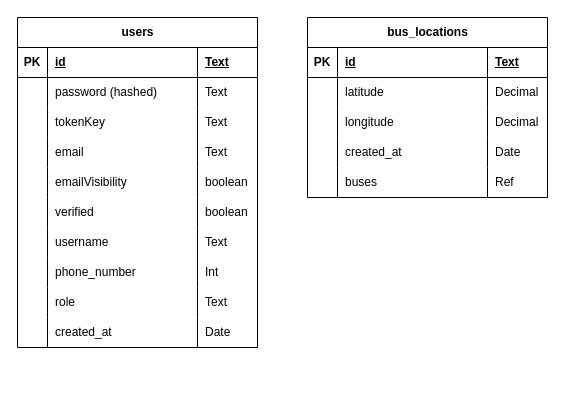
This is ERD-Bus-System-Improvement.drawio from lukas0173/Draw.io, a draw.io file, before an edit. Source tidied: cells renumbered, new cells numbered last; positions are measured from the earlier drawing's top-left corner, leaving out a move shared by most shapes. Both pictures are drawn from the tidied source at 100%, with x=0, y=0 at pixel (17, 17).
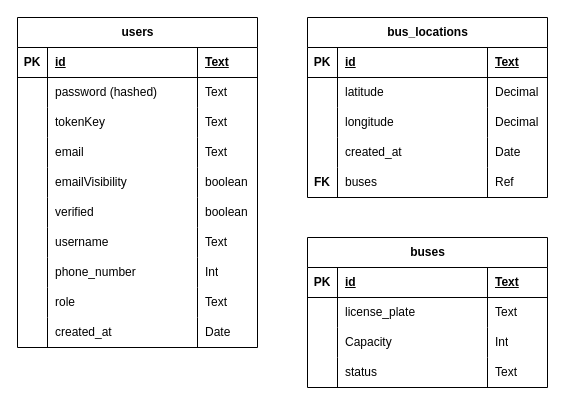
The same page after the edit.

Unchanged cells that the change refers to:
```xml
<mxCell id="60" style="shape=tableRow;horizontal=0;startSize=0;swimlaneHead=0;swimlaneBody=0;fillColor=none;top=0;left=0;right=0;bottom=0;" parent="43" vertex="1">
  <mxGeometry y="150" width="240" height="30" as="geometry" />
</mxCell>
```

The edit, as a diff of the source:
```diff
@@
-    <mxCell id="61" style="shape=partialRectangle;fillColor=none;top=0;left=0;bottom=0;right=0;overflow=hidden;whiteSpace=wrap;html=1;" parent="60" vertex="1">
+    <mxCell id="61" value="&lt;b&gt;FK&lt;/b&gt;" style="shape=partialRectangle;fillColor=none;top=0;left=0;bottom=0;right=0;overflow=hidden;whiteSpace=wrap;html=1;" parent="60" vertex="1">
       <mxGeometry width="30" height="30" as="geometry" />
     </mxCell>
@@
+    <mxCell id="64" value="buses" style="shape=table;startSize=30;childLayout=tableLayout;rowLines=0;fontStyle=1;align=center;html=1;" parent="1" vertex="1">
+      <mxGeometry x="290" y="220" width="240" height="150" as="geometry" />
+    </mxCell>
+    <mxCell id="65" style="shape=tableRow;horizontal=0;startSize=0;swimlaneHead=0;swimlaneBody=0;fillColor=none;top=0;left=0;right=0;bottom=1;" parent="64" vertex="1">
+      <mxGeometry y="30" width="240" height="30" as="geometry" />
+    </mxCell>
+    <mxCell id="66" value="PK" style="shape=partialRectangle;fillColor=none;top=0;left=0;bottom=0;right=0;fontStyle=1;overflow=hidden;whiteSpace=wrap;html=1;" parent="65" vertex="1">
+      <mxGeometry width="30" height="30" as="geometry" />
+    </mxCell>
+    <mxCell id="67" value="id" style="shape=partialRectangle;fillColor=none;top=0;left=0;bottom=0;right=0;align=left;spacingLeft=6;fontStyle=5;overflow=hidden;whiteSpace=wrap;html=1;" parent="65" vertex="1">
+      <mxGeometry x="30" width="150" height="30" as="geometry" />
+    </mxCell>
+    <mxCell id="68" value="Text" style="shape=partialRectangle;fillColor=none;top=0;left=0;bottom=0;right=0;align=left;spacingLeft=6;fontStyle=5;overflow=hidden;whiteSpace=wrap;html=1;" parent="65" vertex="1">
+      <mxGeometry x="180" width="60" height="30" as="geometry" />
+    </mxCell>
+    <mxCell id="69" style="shape=tableRow;horizontal=0;startSize=0;swimlaneHead=0;swimlaneBody=0;fillColor=none;top=0;left=0;right=0;bottom=0;" parent="64" vertex="1">
+      <mxGeometry y="60" width="240" height="30" as="geometry" />
+    </mxCell>
+    <mxCell id="70" style="shape=partialRectangle;fillColor=none;top=0;left=0;bottom=0;right=0;overflow=hidden;whiteSpace=wrap;html=1;" parent="69" vertex="1">
+      <mxGeometry width="30" height="30" as="geometry" />
+    </mxCell>
+    <mxCell id="71" value="license_plate" style="shape=partialRectangle;fillColor=none;top=0;left=0;bottom=0;right=0;align=left;spacingLeft=6;overflow=hidden;whiteSpace=wrap;html=1;" parent="69" vertex="1">
+      <mxGeometry x="30" width="150" height="30" as="geometry" />
+    </mxCell>
+    <mxCell id="72" value="Text" style="shape=partialRectangle;fillColor=none;top=0;left=0;bottom=0;right=0;align=left;spacingLeft=6;overflow=hidden;whiteSpace=wrap;html=1;" parent="69" vertex="1">
+      <mxGeometry x="180" width="60" height="30" as="geometry" />
+    </mxCell>
+    <mxCell id="73" style="shape=tableRow;horizontal=0;startSize=0;swimlaneHead=0;swimlaneBody=0;fillColor=none;top=0;left=0;right=0;bottom=0;" parent="64" vertex="1">
+      <mxGeometry y="90" width="240" height="30" as="geometry" />
+    </mxCell>
+    <mxCell id="74" style="shape=partialRectangle;fillColor=none;top=0;left=0;bottom=0;right=0;overflow=hidden;whiteSpace=wrap;html=1;" parent="73" vertex="1">
+      <mxGeometry width="30" height="30" as="geometry" />
+    </mxCell>
+    <mxCell id="75" value="Capacity" style="shape=partialRectangle;fillColor=none;top=0;left=0;bottom=0;right=0;align=left;spacingLeft=6;overflow=hidden;whiteSpace=wrap;html=1;" parent="73" vertex="1">
+      <mxGeometry x="30" width="150" height="30" as="geometry" />
+    </mxCell>
+    <mxCell id="76" value="Int" style="shape=partialRectangle;fillColor=none;top=0;left=0;bottom=0;right=0;align=left;spacingLeft=6;overflow=hidden;whiteSpace=wrap;html=1;" parent="73" vertex="1">
+      <mxGeometry x="180" width="60" height="30" as="geometry" />
+    </mxCell>
+    <mxCell id="77" style="shape=tableRow;horizontal=0;startSize=0;swimlaneHead=0;swimlaneBody=0;fillColor=none;top=0;left=0;right=0;bottom=0;" parent="64" vertex="1">
+      <mxGeometry y="120" width="240" height="30" as="geometry" />
+    </mxCell>
+    <mxCell id="78" style="shape=partialRectangle;fillColor=none;top=0;left=0;bottom=0;right=0;overflow=hidden;whiteSpace=wrap;html=1;" parent="77" vertex="1">
+      <mxGeometry width="30" height="30" as="geometry" />
+    </mxCell>
+    <mxCell id="79" value="status" style="shape=partialRectangle;fillColor=none;top=0;left=0;bottom=0;right=0;align=left;spacingLeft=6;overflow=hidden;whiteSpace=wrap;html=1;" parent="77" vertex="1">
+      <mxGeometry x="30" width="150" height="30" as="geometry" />
+    </mxCell>
+    <mxCell id="80" value="Text" style="shape=partialRectangle;fillColor=none;top=0;left=0;bottom=0;right=0;align=left;spacingLeft=6;overflow=hidden;whiteSpace=wrap;html=1;" parent="77" vertex="1">
+      <mxGeometry x="180" width="60" height="30" as="geometry" />
+    </mxCell>
```
